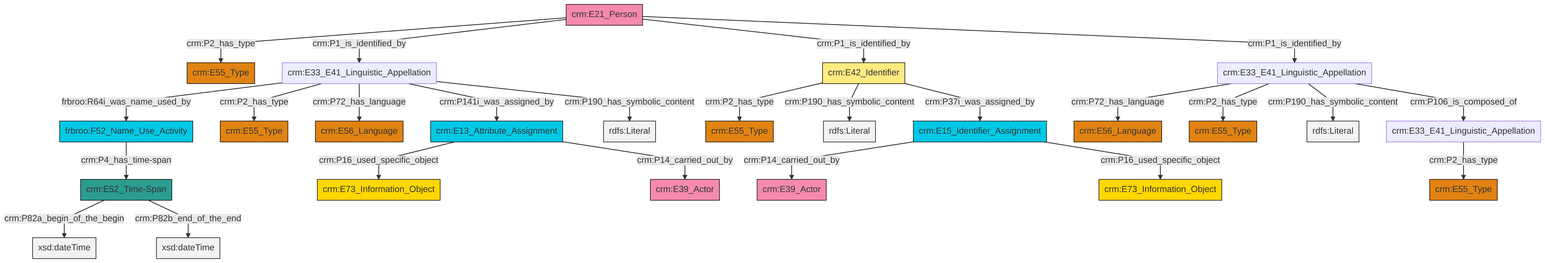
The Mermaid diagram et/personCSV/ttl/mmd/png/Person_Names_and_Classification.png in swiss-art-research-net/reference-data-models, before a commit. Its source is kept beside it as et/personCSV/ttl/mmd/Person_Names_and_Classification.ttl.mmd.
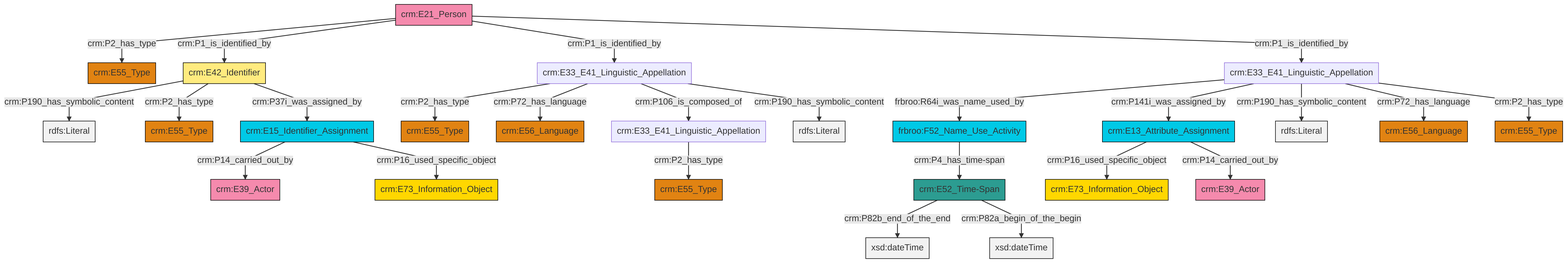
The same file after the commit.

What changed in the source:
```diff
@@ -13,27 +13,27 @@
 classDef PC_Classes fill:#4ce600, stroke:#000000;
 classDef Multi fill:#cccccc,stroke:#000000;
 
-4["crm:E21_Person"]:::Actor -->|crm:P2_has_type| 5["crm:E55_Type"]:::Type
-10["crm:E33_E41_Linguistic_Appellation"]:::Default -->|frbroo:R64i_was_name_used_by| 11["frbroo:F52_Name_Use_Activity"]:::Temporal_Entity
-10["crm:E33_E41_Linguistic_Appellation"]:::Default -->|crm:P2_has_type| 12["crm:E55_Type"]:::Type
-17["crm:E15_Identifier_Assignment"]:::Temporal_Entity -->|crm:P14_carried_out_by| 18["crm:E39_Actor"]:::Actor
-21["crm:E52_Time-Span"]:::Time-Span -->|crm:P82a_begin_of_the_begin| 22[xsd:dateTime]:::Literal
-4["crm:E21_Person"]:::Actor -->|crm:P1_is_identified_by| 10["crm:E33_E41_Linguistic_Appellation"]:::Default
-23["crm:E13_Attribute_Assignment"]:::Temporal_Entity -->|crm:P16_used_specific_object| 2["crm:E73_Information_Object"]:::Conceptual_Object
-13["crm:E33_E41_Linguistic_Appellation"]:::Default -->|crm:P72_has_language| 15["crm:E56_Language"]:::Type
-4["crm:E21_Person"]:::Actor -->|crm:P1_is_identified_by| 24["crm:E42_Identifier"]:::Appellation
-10["crm:E33_E41_Linguistic_Appellation"]:::Default -->|crm:P72_has_language| 19["crm:E56_Language"]:::Type
-24["crm:E42_Identifier"]:::Appellation -->|crm:P2_has_type| 6["crm:E55_Type"]:::Type
-17["crm:E15_Identifier_Assignment"]:::Temporal_Entity -->|crm:P16_used_specific_object| 27["crm:E73_Information_Object"]:::Conceptual_Object
-24["crm:E42_Identifier"]:::Appellation -->|crm:P190_has_symbolic_content| 28[rdfs:Literal]:::Literal
-21["crm:E52_Time-Span"]:::Time-Span -->|crm:P82b_end_of_the_end| 30[xsd:dateTime]:::Literal
-10["crm:E33_E41_Linguistic_Appellation"]:::Default -->|crm:P141i_was_assigned_by| 23["crm:E13_Attribute_Assignment"]:::Temporal_Entity
-24["crm:E42_Identifier"]:::Appellation -->|crm:P37i_was_assigned_by| 17["crm:E15_Identifier_Assignment"]:::Temporal_Entity
-31["crm:E33_E41_Linguistic_Appellation"]:::Default -->|crm:P2_has_type| 32["crm:E55_Type"]:::Type
-13["crm:E33_E41_Linguistic_Appellation"]:::Default -->|crm:P2_has_type| 0["crm:E55_Type"]:::Type
-4["crm:E21_Person"]:::Actor -->|crm:P1_is_identified_by| 13["crm:E33_E41_Linguistic_Appellation"]:::Default
-10["crm:E33_E41_Linguistic_Appellation"]:::Default -->|crm:P190_has_symbolic_content| 37[rdfs:Literal]:::Literal
-13["crm:E33_E41_Linguistic_Appellation"]:::Default -->|crm:P190_has_symbolic_content| 39[rdfs:Literal]:::Literal
-23["crm:E13_Attribute_Assignment"]:::Temporal_Entity -->|crm:P14_carried_out_by| 8["crm:E39_Actor"]:::Actor
-13["crm:E33_E41_Linguistic_Appellation"]:::Default -->|crm:P106_is_composed_of| 31["crm:E33_E41_Linguistic_Appellation"]:::Default
-11["frbroo:F52_Name_Use_Activity"]:::Temporal_Entity -->|crm:P4_has_time-span| 21["crm:E52_Time-Span"]:::Time-Span
+0["crm:E13_Attribute_Assignment"]:::Temporal_Entity -->|crm:P16_used_specific_object| 1["crm:E73_Information_Object"]:::Conceptual_Object
+3["crm:E33_E41_Linguistic_Appellation"]:::Default -->|crm:P2_has_type| 4["crm:E55_Type"]:::Type
+5["crm:E42_Identifier"]:::Appellation -->|crm:P190_has_symbolic_content| 6[rdfs:Literal]:::Literal
+11["crm:E15_Identifier_Assignment"]:::Temporal_Entity -->|crm:P14_carried_out_by| 12["crm:E39_Actor"]:::Actor
+5["crm:E42_Identifier"]:::Appellation -->|crm:P2_has_type| 13["crm:E55_Type"]:::Type
+18["crm:E33_E41_Linguistic_Appellation"]:::Default -->|frbroo:R64i_was_name_used_by| 19["frbroo:F52_Name_Use_Activity"]:::Temporal_Entity
+20["crm:E52_Time-Span"]:::Time-Span -->|crm:P82b_end_of_the_end| 21[xsd:dateTime]:::Literal
+24["crm:E21_Person"]:::Actor -->|crm:P2_has_type| 25["crm:E55_Type"]:::Type
+5["crm:E42_Identifier"]:::Appellation -->|crm:P37i_was_assigned_by| 11["crm:E15_Identifier_Assignment"]:::Temporal_Entity
+18["crm:E33_E41_Linguistic_Appellation"]:::Default -->|crm:P141i_was_assigned_by| 0["crm:E13_Attribute_Assignment"]:::Temporal_Entity
+18["crm:E33_E41_Linguistic_Appellation"]:::Default -->|crm:P190_has_symbolic_content| 35[rdfs:Literal]:::Literal
+18["crm:E33_E41_Linguistic_Appellation"]:::Default -->|crm:P72_has_language| 22["crm:E56_Language"]:::Type
+3["crm:E33_E41_Linguistic_Appellation"]:::Default -->|crm:P72_has_language| 16["crm:E56_Language"]:::Type
+3["crm:E33_E41_Linguistic_Appellation"]:::Default -->|crm:P106_is_composed_of| 14["crm:E33_E41_Linguistic_Appellation"]:::Default
+18["crm:E33_E41_Linguistic_Appellation"]:::Default -->|crm:P2_has_type| 31["crm:E55_Type"]:::Type
+3["crm:E33_E41_Linguistic_Appellation"]:::Default -->|crm:P190_has_symbolic_content| 40[rdfs:Literal]:::Literal
+24["crm:E21_Person"]:::Actor -->|crm:P1_is_identified_by| 5["crm:E42_Identifier"]:::Appellation
+20["crm:E52_Time-Span"]:::Time-Span -->|crm:P82a_begin_of_the_begin| 41[xsd:dateTime]:::Literal
+14["crm:E33_E41_Linguistic_Appellation"]:::Default -->|crm:P2_has_type| 36["crm:E55_Type"]:::Type
+24["crm:E21_Person"]:::Actor -->|crm:P1_is_identified_by| 3["crm:E33_E41_Linguistic_Appellation"]:::Default
+0["crm:E13_Attribute_Assignment"]:::Temporal_Entity -->|crm:P14_carried_out_by| 26["crm:E39_Actor"]:::Actor
+11["crm:E15_Identifier_Assignment"]:::Temporal_Entity -->|crm:P16_used_specific_object| 9["crm:E73_Information_Object"]:::Conceptual_Object
+19["frbroo:F52_Name_Use_Activity"]:::Temporal_Entity -->|crm:P4_has_time-span| 20["crm:E52_Time-Span"]:::Time-Span
+24["crm:E21_Person"]:::Actor -->|crm:P1_is_identified_by| 18["crm:E33_E41_Linguistic_Appellation"]:::Default
```
